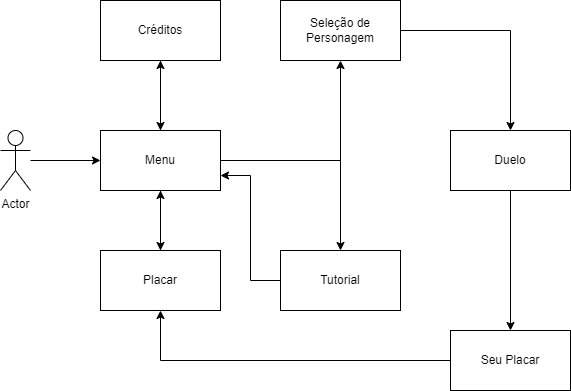
This is client/public/assets/img/prototipo-chemical-duel.drawio.png from SenaVitor/chemical-duels, a draw.io export, as it was before one commit. Source tidied: cells renumbered, new cells last; positions are measured from the earlier drawing's top-left corner, leaving out a move shared by most shapes. The source it was exported from:
```xml
<mxGraphModel>
  <root>
    <mxCell id="0" />
    <mxCell id="1" parent="0" />
    <mxCell id="2" style="edgeStyle=orthogonalEdgeStyle;rounded=0;jettySize=auto;html=1;" parent="1" edge="1" source="3" target="8">
      <mxGeometry relative="1" as="geometry" />
    </mxCell>
    <mxCell id="3" value="Actor" style="shape=umlActor;verticalLabelPosition=bottom;verticalAlign=top;html=1;outlineConnect=0;" parent="1" vertex="1">
      <mxGeometry y="130" width="30" height="60" as="geometry" />
    </mxCell>
    <mxCell id="4" style="edgeStyle=orthogonalEdgeStyle;rounded=0;jettySize=auto;html=1;" parent="1" edge="1" source="8">
      <mxGeometry relative="1" as="geometry">
        <mxPoint x="160" y="60" as="targetPoint" />
      </mxGeometry>
    </mxCell>
    <mxCell id="5" style="edgeStyle=orthogonalEdgeStyle;rounded=0;jettySize=auto;html=1;entryX=0.5;entryY=0;entryDx=0;entryDy=0;" parent="1" edge="1" source="8" target="14">
      <mxGeometry relative="1" as="geometry" />
    </mxCell>
    <mxCell id="6" style="edgeStyle=orthogonalEdgeStyle;rounded=0;jettySize=auto;html=1;" parent="1" edge="1" source="8" target="16">
      <mxGeometry relative="1" as="geometry" />
    </mxCell>
    <mxCell id="7" style="edgeStyle=orthogonalEdgeStyle;rounded=0;jettySize=auto;html=1;" parent="1" edge="1" source="8" target="12">
      <mxGeometry relative="1" as="geometry" />
    </mxCell>
    <mxCell id="8" value="Menu" style="rounded=0;whiteSpace=wrap;html=1;" parent="1" vertex="1">
      <mxGeometry x="100" y="130" width="120" height="60" as="geometry" />
    </mxCell>
    <mxCell id="9" style="edgeStyle=orthogonalEdgeStyle;rounded=0;jettySize=auto;html=1;" parent="1" edge="1" source="10" target="8">
      <mxGeometry relative="1" as="geometry" />
    </mxCell>
    <mxCell id="10" value="Créditos" style="rounded=0;whiteSpace=wrap;html=1;" parent="1" vertex="1">
      <mxGeometry x="100" width="120" height="60" as="geometry" />
    </mxCell>
    <mxCell id="11" style="edgeStyle=orthogonalEdgeStyle;rounded=0;jettySize=auto;html=1;entryX=1;entryY=0.75;entryDx=0;entryDy=0;" parent="1" edge="1" source="12" target="8">
      <mxGeometry relative="1" as="geometry" />
    </mxCell>
    <mxCell id="12" value="Tutorial" style="rounded=0;whiteSpace=wrap;html=1;" parent="1" vertex="1">
      <mxGeometry x="280" y="250" width="120" height="60" as="geometry" />
    </mxCell>
    <mxCell id="13" style="edgeStyle=orthogonalEdgeStyle;rounded=0;jettySize=auto;html=1;" parent="1" edge="1" source="14" target="8">
      <mxGeometry relative="1" as="geometry" />
    </mxCell>
    <mxCell id="14" value="Placar" style="rounded=0;whiteSpace=wrap;html=1;" parent="1" vertex="1">
      <mxGeometry x="100" y="250" width="120" height="60" as="geometry" />
    </mxCell>
    <mxCell id="15" style="edgeStyle=orthogonalEdgeStyle;rounded=0;jettySize=auto;html=1;" parent="1" edge="1" source="16" target="20">
      <mxGeometry relative="1" as="geometry" />
    </mxCell>
    <mxCell id="16" value="Seleção de Personagem" style="rounded=0;whiteSpace=wrap;html=1;" parent="1" vertex="1">
      <mxGeometry x="280" width="120" height="60" as="geometry" />
    </mxCell>
    <mxCell id="17" style="edgeStyle=orthogonalEdgeStyle;rounded=0;jettySize=auto;html=1;" parent="1" edge="1" source="18" target="14">
      <mxGeometry relative="1" as="geometry" />
    </mxCell>
    <mxCell id="18" value="Seu Placar" style="rounded=0;whiteSpace=wrap;html=1;" parent="1" vertex="1">
      <mxGeometry x="450" y="330" width="120" height="60" as="geometry" />
    </mxCell>
    <mxCell id="19" style="edgeStyle=orthogonalEdgeStyle;rounded=0;jettySize=auto;html=1;" parent="1" edge="1" source="20" target="18">
      <mxGeometry relative="1" as="geometry" />
    </mxCell>
    <mxCell id="20" value="Duelo" style="rounded=0;whiteSpace=wrap;html=1;" parent="1" vertex="1">
      <mxGeometry x="450" y="130" width="120" height="60" as="geometry" />
    </mxCell>
  </root>
</mxGraphModel>
```
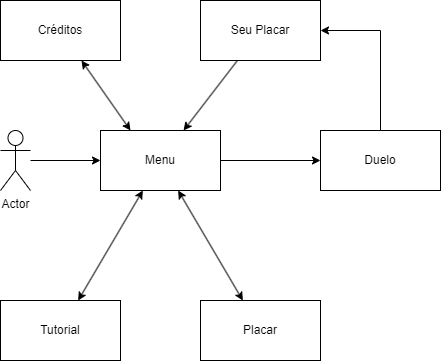
Later version of the same file.

What changed in the source:
```diff
@@ -8,58 +8,49 @@
     <mxCell id="3" value="Actor" style="shape=umlActor;verticalLabelPosition=bottom;verticalAlign=top;html=1;outlineConnect=0;" parent="1" vertex="1">
       <mxGeometry y="130" width="30" height="60" as="geometry" />
     </mxCell>
-    <mxCell id="4" style="edgeStyle=orthogonalEdgeStyle;rounded=0;jettySize=auto;html=1;" parent="1" edge="1" source="8">
-      <mxGeometry relative="1" as="geometry">
-        <mxPoint x="160" y="60" as="targetPoint" />
-      </mxGeometry>
-    </mxCell>
-    <mxCell id="5" style="edgeStyle=orthogonalEdgeStyle;rounded=0;jettySize=auto;html=1;entryX=0.5;entryY=0;entryDx=0;entryDy=0;" parent="1" edge="1" source="8" target="14">
-      <mxGeometry relative="1" as="geometry" />
-    </mxCell>
-    <mxCell id="6" style="edgeStyle=orthogonalEdgeStyle;rounded=0;jettySize=auto;html=1;" parent="1" edge="1" source="8" target="16">
-      <mxGeometry relative="1" as="geometry" />
-    </mxCell>
-    <mxCell id="7" style="edgeStyle=orthogonalEdgeStyle;rounded=0;jettySize=auto;html=1;" parent="1" edge="1" source="8" target="12">
-      <mxGeometry relative="1" as="geometry" />
-    </mxCell>
     <mxCell id="8" value="Menu" style="rounded=0;whiteSpace=wrap;html=1;" parent="1" vertex="1">
       <mxGeometry x="100" y="130" width="120" height="60" as="geometry" />
     </mxCell>
-    <mxCell id="9" style="edgeStyle=orthogonalEdgeStyle;rounded=0;jettySize=auto;html=1;" parent="1" edge="1" source="10" target="8">
-      <mxGeometry relative="1" as="geometry" />
-    </mxCell>
     <mxCell id="10" value="Créditos" style="rounded=0;whiteSpace=wrap;html=1;" parent="1" vertex="1">
-      <mxGeometry x="100" width="120" height="60" as="geometry" />
+      <mxGeometry width="120" height="60" as="geometry" />
     </mxCell>
-    <mxCell id="11" style="edgeStyle=orthogonalEdgeStyle;rounded=0;jettySize=auto;html=1;entryX=1;entryY=0.75;entryDx=0;entryDy=0;" parent="1" edge="1" source="12" target="8">
-      <mxGeometry relative="1" as="geometry" />
-    </mxCell>
     <mxCell id="12" value="Tutorial" style="rounded=0;whiteSpace=wrap;html=1;" parent="1" vertex="1">
-      <mxGeometry x="280" y="250" width="120" height="60" as="geometry" />
+      <mxGeometry y="300" width="120" height="60" as="geometry" />
     </mxCell>
-    <mxCell id="13" style="edgeStyle=orthogonalEdgeStyle;rounded=0;jettySize=auto;html=1;" parent="1" edge="1" source="14" target="8">
-      <mxGeometry relative="1" as="geometry" />
-    </mxCell>
     <mxCell id="14" value="Placar" style="rounded=0;whiteSpace=wrap;html=1;" parent="1" vertex="1">
-      <mxGeometry x="100" y="250" width="120" height="60" as="geometry" />
+      <mxGeometry x="200" y="300" width="120" height="60" as="geometry" />
     </mxCell>
-    <mxCell id="15" style="edgeStyle=orthogonalEdgeStyle;rounded=0;jettySize=auto;html=1;" parent="1" edge="1" source="16" target="20">
-      <mxGeometry relative="1" as="geometry" />
+    <mxCell id="15" style="edgeStyle=orthogonalEdgeStyle;rounded=0;jettySize=auto;html=1;" parent="1" edge="1" source="8" target="20">
+      <mxGeometry relative="1" as="geometry">
+        <Array as="points">
+          <mxPoint x="340" y="160" />
+        </Array>
+      </mxGeometry>
     </mxCell>
-    <mxCell id="16" value="Seleção de Personagem" style="rounded=0;whiteSpace=wrap;html=1;" parent="1" vertex="1">
-      <mxGeometry x="280" width="120" height="60" as="geometry" />
-    </mxCell>
-    <mxCell id="17" style="edgeStyle=orthogonalEdgeStyle;rounded=0;jettySize=auto;html=1;" parent="1" edge="1" source="18" target="14">
-      <mxGeometry relative="1" as="geometry" />
-    </mxCell>
     <mxCell id="18" value="Seu Placar" style="rounded=0;whiteSpace=wrap;html=1;" parent="1" vertex="1">
-      <mxGeometry x="450" y="330" width="120" height="60" as="geometry" />
+      <mxGeometry x="200" width="120" height="60" as="geometry" />
     </mxCell>
     <mxCell id="19" style="edgeStyle=orthogonalEdgeStyle;rounded=0;jettySize=auto;html=1;" parent="1" edge="1" source="20" target="18">
-      <mxGeometry relative="1" as="geometry" />
+      <mxGeometry relative="1" as="geometry">
+        <Array as="points">
+          <mxPoint x="380" y="30" />
+        </Array>
+      </mxGeometry>
     </mxCell>
     <mxCell id="20" value="Duelo" style="rounded=0;whiteSpace=wrap;html=1;" parent="1" vertex="1">
-      <mxGeometry x="450" y="130" width="120" height="60" as="geometry" />
+      <mxGeometry x="320" y="130" width="120" height="60" as="geometry" />
     </mxCell>
+    <mxCell id="11" style="endArrow=classic;startArrow=classic;html=1;rounded=0;" parent="1" edge="1" source="12" target="8">
+      <mxGeometry relative="1" as="geometry" />
+    </mxCell>
+    <mxCell id="13" style="endArrow=classic;startArrow=classic;html=1;rounded=0;" parent="1" edge="1" source="14" target="8">
+      <mxGeometry relative="1" as="geometry" />
+    </mxCell>
+    <mxCell id="21" style="endArrow=classic;startArrow=classic;html=1;rounded=0;exitX=0.25;exitY=0;exitDx=0;exitDy=0;" parent="1" edge="1" source="8" target="10">
+      <mxGeometry relative="1" as="geometry" />
+    </mxCell>
+    <mxCell id="22" style="endArrow=classic;html=1;rounded=0;" parent="1" edge="1" source="18" target="8">
+      <mxGeometry relative="1" as="geometry" />
+    </mxCell>
   </root>
 </mxGraphModel>
```
